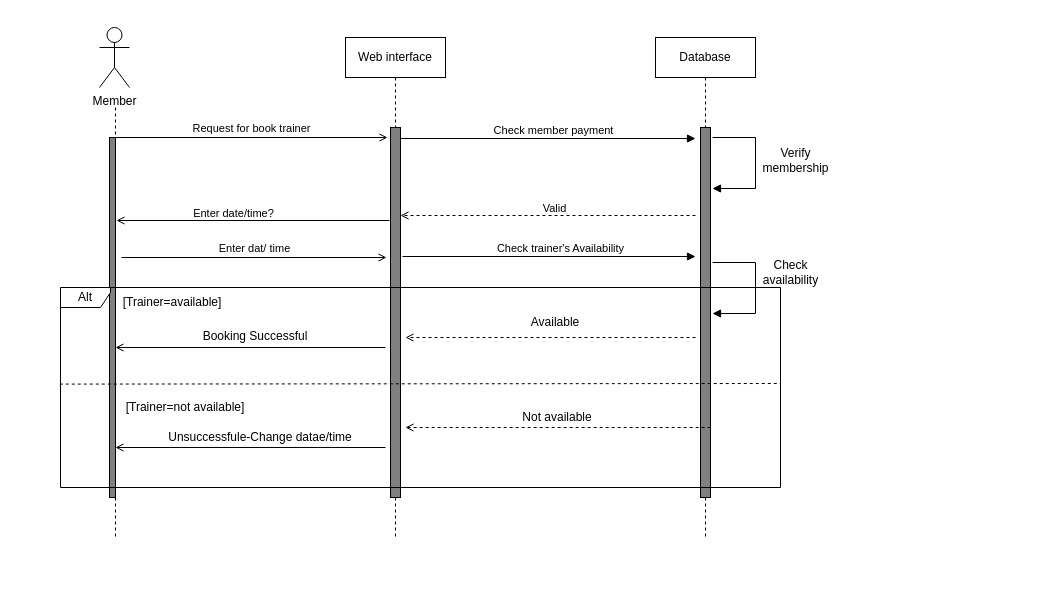
AmilaDissanayake/Group_CS21 keeps this draw.io diagram as page "Page-7" (7 of 13) of Diagram/Sequence Diagram.drawio. Above is the earlier version. Source tidied: cells renumbered, new cells numbered last; positions are measured from the earlier drawing's top-left corner, leaving out a move shared by most shapes. Both pictures are drawn from the tidied source at 100%, with x=0, y=0 at pixel (60, 27).
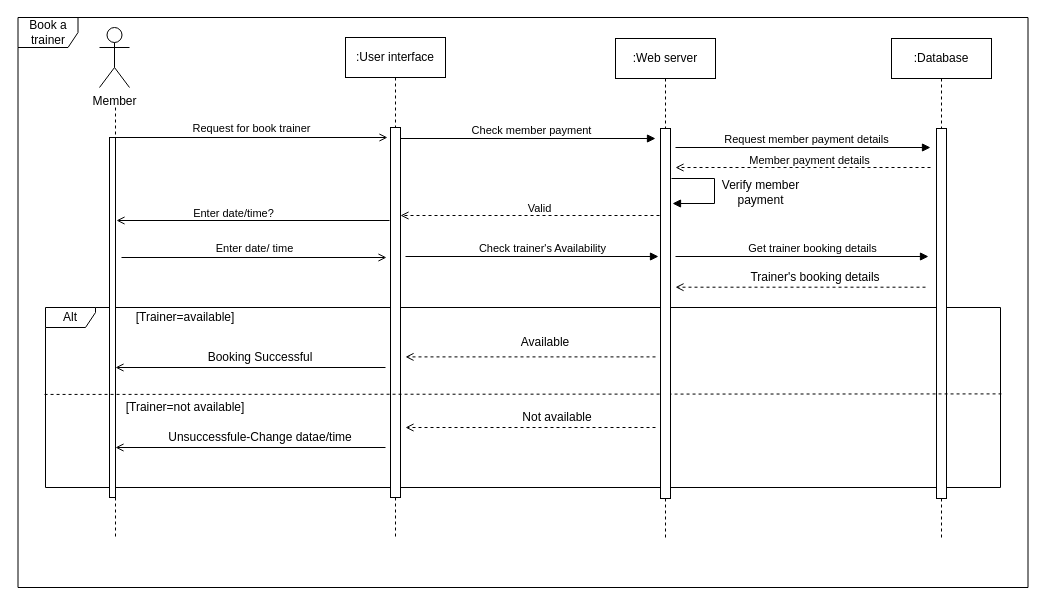
After the change.

Diff of the diagram source:
```diff
@@
+    <mxCell id="23" value="Alt" style="shape=umlFrame;whiteSpace=wrap;html=1;width=50;height=20;" parent="1" vertex="1">
+      <mxGeometry x="-15" y="280" width="955" height="180" as="geometry" />
+    </mxCell>
+    <mxCell id="35" value="Book a trainer" style="shape=umlFrame;whiteSpace=wrap;html=1;" parent="1" vertex="1">
+      <mxGeometry x="-42.5" y="-10" width="1010" height="570" as="geometry" />
+    </mxCell>
@@
-    <mxCell id="5" value="Web interface" style="shape=umlLifeline;perimeter=lifelinePerimeter;whiteSpace=wrap;html=1;" parent="1" vertex="1">
+    <mxCell id="5" value=":User interface" style="shape=umlLifeline;perimeter=lifelinePerimeter;whiteSpace=wrap;html=1;" parent="1" vertex="1">
       <mxGeometry x="285" y="10" width="100" height="500" as="geometry" />
     </mxCell>
-    <mxCell id="6" style="html=1;perimeter=orthogonalPerimeter;fillColor=#808080;" parent="5" vertex="1">
+    <mxCell id="6" style="html=1;perimeter=orthogonalPerimeter;" parent="5" vertex="1">
       <mxGeometry x="45" y="90" width="10" height="370" as="geometry" />
     </mxCell>
-    <mxCell id="7" value="Database" style="shape=umlLifeline;perimeter=lifelinePerimeter;whiteSpace=wrap;html=1;" parent="1" vertex="1">
-      <mxGeometry x="595" y="10" width="100" height="500" as="geometry" />
+    <mxCell id="7" value=":Database" style="shape=umlLifeline;perimeter=lifelinePerimeter;whiteSpace=wrap;html=1;" parent="1" vertex="1">
+      <mxGeometry x="831" y="11" width="100" height="500" as="geometry" />
     </mxCell>
-    <mxCell id="8" style="html=1;perimeter=orthogonalPerimeter;fillColor=#808080;" parent="7" vertex="1">
+    <mxCell id="8" style="html=1;perimeter=orthogonalPerimeter;" parent="7" vertex="1">
       <mxGeometry x="45" y="90" width="10" height="370" as="geometry" />
     </mxCell>
-    <mxCell id="9" style="html=1;verticalAlign=bottom;labelBackgroundColor=none;endArrow=block;endFill=1;rounded=0;" parent="7" edge="1">
-      <mxGeometry relative="1" as="geometry">
-        <mxPoint x="57" y="100" as="sourcePoint" />
-        <mxPoint x="57" y="151" as="targetPoint" />
-        <Array as="points">
-          <mxPoint x="100" y="100" />
-          <mxPoint x="100" y="151" />
-        </Array>
-      </mxGeometry>
-    </mxCell>
-    <mxCell id="10" style="html=1;verticalAlign=bottom;labelBackgroundColor=none;endArrow=block;endFill=1;rounded=0;" parent="7" edge="1">
-      <mxGeometry relative="1" as="geometry">
-        <mxPoint x="57" y="225" as="sourcePoint" />
-        <mxPoint x="57" y="276" as="targetPoint" />
-        <Array as="points">
-          <mxPoint x="100" y="225" />
-          <mxPoint x="100" y="276" />
-        </Array>
-      </mxGeometry>
-    </mxCell>
-    <mxCell id="11" style="html=1;perimeter=orthogonalPerimeter;fillColor=#808080;" parent="1" vertex="1">
+    <mxCell id="11" style="html=1;perimeter=orthogonalPerimeter;" parent="1" vertex="1">
       <mxGeometry x="49" y="110" width="6" height="360" as="geometry" />
     </mxCell>
     <mxCell id="12" style="html=1;verticalAlign=bottom;labelBackgroundColor=none;endArrow=block;endFill=1;" parent="1" edge="1">
       <mxGeometry relative="1" as="geometry">
         <mxPoint x="340" y="111" as="sourcePoint" />
-        <mxPoint x="635" y="111" as="targetPoint" />
+        <mxPoint x="595" y="111" as="targetPoint" />
       </mxGeometry>
     </mxCell>
@@
-    <mxCell id="14" value="Verify &lt;br&gt;membership" style="text;html=1;align=center;verticalAlign=middle;strokeColor=none;" parent="1" vertex="1">
-      <mxGeometry x="695" y="118" width="80" height="30" as="geometry" />
-    </mxCell>
     <mxCell id="15" style="html=1;verticalAlign=bottom;labelBackgroundColor=none;endArrow=open;endFill=0;dashed=1;" parent="1" edge="1">
       <mxGeometry relative="1" as="geometry">
-        <mxPoint x="635" y="188" as="sourcePoint" />
+        <mxPoint x="605" y="188" as="sourcePoint" />
         <mxPoint x="340" y="188" as="targetPoint" />
       </mxGeometry>
     </mxCell>
@@
-    <mxCell id="19" value="Enter dat/ time" style="html=1;verticalAlign=bottom;labelBackgroundColor=none;endArrow=open;endFill=0;" parent="1" edge="1">
+    <mxCell id="19" value="Enter date/ time" style="html=1;verticalAlign=bottom;labelBackgroundColor=none;endArrow=open;endFill=0;" parent="1" edge="1">
       <mxGeometry relative="1" as="geometry">
         <mxPoint x="61" y="230" as="sourcePoint" />
         <mxPoint x="326" y="230" as="targetPoint" />
       </mxGeometry>
     </mxCell>
     <mxCell id="20" style="html=1;verticalAlign=bottom;labelBackgroundColor=none;endArrow=block;endFill=1;" parent="1" edge="1">
       <mxGeometry relative="1" as="geometry">
-        <mxPoint x="342" y="229" as="sourcePoint" />
-        <mxPoint x="635" y="229" as="targetPoint" />
+        <mxPoint x="345" y="229" as="sourcePoint" />
+        <mxPoint x="598" y="229" as="targetPoint" />
       </mxGeometry>
     </mxCell>
@@
-    <mxCell id="22" value="Check &lt;br&gt;availability" style="text;html=1;align=center;verticalAlign=middle;strokeColor=none;" parent="1" vertex="1">
-      <mxGeometry x="695" y="230" width="70" height="30" as="geometry" />
-    </mxCell>
-    <mxCell id="23" value="Alt" style="shape=umlFrame;whiteSpace=wrap;html=1;width=50;height=20;" parent="1" vertex="1">
-      <mxGeometry y="260" width="720" height="200" as="geometry" />
-    </mxCell>
-    <mxCell id="24" style="endArrow=none;dashed=1;html=1;exitX=-0.001;exitY=0.483;exitDx=0;exitDy=0;exitPerimeter=0;entryX=1;entryY=0.48;entryDx=0;entryDy=0;entryPerimeter=0;" parent="1" edge="1" source="23" target="23">
+    <mxCell id="24" style="endArrow=none;dashed=1;html=1;exitX=-0.001;exitY=0.483;exitDx=0;exitDy=0;exitPerimeter=0;entryX=1.001;entryY=0.48;entryDx=0;entryDy=0;entryPerimeter=0;" parent="1" edge="1" source="23" target="23">
       <mxGeometry relative="1" as="geometry" />
     </mxCell>
     <mxCell id="25" value="[Trainer=available]" style="text;html=1;strokeColor=none;fillColor=none;align=center;verticalAlign=middle;whiteSpace=wrap;rounded=0;" parent="1" vertex="1">
-      <mxGeometry x="92" y="265" width="40" height="20" as="geometry" />
+      <mxGeometry x="105" y="280" width="40" height="20" as="geometry" />
     </mxCell>
     <mxCell id="26" style="html=1;verticalAlign=bottom;labelBackgroundColor=none;endArrow=open;endFill=0;dashed=1;" parent="1" edge="1">
       <mxGeometry relative="1" as="geometry">
-        <mxPoint x="635" y="310" as="sourcePoint" />
-        <mxPoint x="345" y="310" as="targetPoint" />
+        <mxPoint x="595" y="329.4" as="sourcePoint" />
+        <mxPoint x="345" y="329.4" as="targetPoint" />
       </mxGeometry>
     </mxCell>
     <mxCell id="27" value="Available" style="text;html=1;strokeColor=none;fillColor=none;align=center;verticalAlign=middle;whiteSpace=wrap;rounded=0;" parent="1" vertex="1">
-      <mxGeometry x="475" y="285" width="40" height="20" as="geometry" />
+      <mxGeometry x="465" y="305" width="40" height="20" as="geometry" />
     </mxCell>
     <mxCell id="28" style="html=1;verticalAlign=bottom;labelBackgroundColor=none;endArrow=open;endFill=0;" parent="1" edge="1">
       <mxGeometry relative="1" as="geometry">
-        <mxPoint x="325" y="320" as="sourcePoint" />
-        <mxPoint x="55" y="320" as="targetPoint" />
+        <mxPoint x="325" y="340" as="sourcePoint" />
+        <mxPoint x="55" y="340" as="targetPoint" />
       </mxGeometry>
     </mxCell>
     <mxCell id="29" value="Booking Successful" style="text;html=1;strokeColor=none;fillColor=none;align=center;verticalAlign=middle;whiteSpace=wrap;rounded=0;" parent="1" vertex="1">
-      <mxGeometry x="135" y="299" width="120" height="20" as="geometry" />
+      <mxGeometry x="140" y="320" width="120" height="20" as="geometry" />
     </mxCell>
@@
-    <mxCell id="31" style="html=1;verticalAlign=bottom;labelBackgroundColor=none;endArrow=open;endFill=0;dashed=1;exitX=0.903;exitY=0.7;exitDx=0;exitDy=0;exitPerimeter=0;" parent="1" edge="1" source="23">
+    <mxCell id="31" style="html=1;verticalAlign=bottom;labelBackgroundColor=none;endArrow=open;endFill=0;dashed=1;" parent="1" edge="1">
       <mxGeometry relative="1" as="geometry">
+        <mxPoint x="595" y="400" as="sourcePoint" />
         <mxPoint x="345" y="400" as="targetPoint" />
       </mxGeometry>
     </mxCell>
@@
+    <mxCell id="36" value=":Web server" style="shape=umlLifeline;perimeter=lifelinePerimeter;whiteSpace=wrap;html=1;" parent="1" vertex="1">
+      <mxGeometry x="555" y="11" width="100" height="500" as="geometry" />
+    </mxCell>
+    <mxCell id="37" style="html=1;perimeter=orthogonalPerimeter;" parent="36" vertex="1">
+      <mxGeometry x="45" y="90" width="10" height="370" as="geometry" />
+    </mxCell>
+    <mxCell id="38" style="html=1;verticalAlign=bottom;labelBackgroundColor=none;endArrow=block;endFill=1;rounded=0;" parent="1" edge="1">
+      <mxGeometry relative="1" as="geometry">
+        <mxPoint x="611" y="151" as="sourcePoint" />
+        <mxPoint x="612" y="176" as="targetPoint" />
+        <Array as="points">
+          <mxPoint x="654" y="151" />
+          <mxPoint x="654" y="176" />
+        </Array>
+      </mxGeometry>
+    </mxCell>
+    <mxCell id="39" style="html=1;verticalAlign=bottom;labelBackgroundColor=none;endArrow=block;endFill=1;" parent="1" edge="1">
+      <mxGeometry relative="1" as="geometry">
+        <mxPoint x="615" y="120" as="sourcePoint" />
+        <mxPoint x="870" y="120" as="targetPoint" />
+      </mxGeometry>
+    </mxCell>
+    <mxCell id="40" value="Request member payment details" style="edgeLabel;html=1;align=center;verticalAlign=middle;" parent="39" vertex="1">
+      <mxGeometry x="0.09" y="6" relative="1" as="geometry">
+        <mxPoint x="-9" y="-3" as="offset" />
+      </mxGeometry>
+    </mxCell>
+    <mxCell id="41" style="html=1;verticalAlign=bottom;labelBackgroundColor=none;endArrow=open;endFill=0;dashed=1;" parent="1" edge="1">
+      <mxGeometry relative="1" as="geometry">
+        <mxPoint x="870" y="140" as="sourcePoint" />
+        <mxPoint x="615" y="140" as="targetPoint" />
+      </mxGeometry>
+    </mxCell>
+    <mxCell id="42" value="Member payment details" style="edgeLabel;html=1;align=center;verticalAlign=middle;" parent="41" vertex="1">
+      <mxGeometry x="-0.04" y="-4" relative="1" as="geometry">
+        <mxPoint y="-4" as="offset" />
+      </mxGeometry>
+    </mxCell>
+    <mxCell id="43" value="Verify member &lt;br&gt;payment" style="text;html=1;align=center;verticalAlign=middle;strokeColor=none;" parent="1" vertex="1">
+      <mxGeometry x="655" y="150" width="90" height="30" as="geometry" />
+    </mxCell>
+    <mxCell id="44" style="html=1;verticalAlign=bottom;labelBackgroundColor=none;endArrow=block;endFill=1;" parent="1" edge="1">
+      <mxGeometry relative="1" as="geometry">
+        <mxPoint x="615" y="229" as="sourcePoint" />
+        <mxPoint x="868" y="229" as="targetPoint" />
+      </mxGeometry>
+    </mxCell>
+    <mxCell id="45" value="Get trainer booking details" style="edgeLabel;html=1;align=center;verticalAlign=middle;" parent="44" vertex="1">
+      <mxGeometry x="0.08" y="5" relative="1" as="geometry">
+        <mxPoint x="-1" y="-4" as="offset" />
+      </mxGeometry>
+    </mxCell>
+    <mxCell id="46" style="html=1;verticalAlign=bottom;labelBackgroundColor=none;endArrow=open;endFill=0;dashed=1;" parent="1" edge="1">
+      <mxGeometry relative="1" as="geometry">
+        <mxPoint x="865" y="259.7" as="sourcePoint" />
+        <mxPoint x="615" y="259.7" as="targetPoint" />
+      </mxGeometry>
+    </mxCell>
+    <mxCell id="47" value="Trainer's booking details" style="text;html=1;strokeColor=none;fillColor=none;align=center;verticalAlign=middle;whiteSpace=wrap;rounded=0;" parent="1" vertex="1">
+      <mxGeometry x="685" y="240" width="140" height="20" as="geometry" />
+    </mxCell>
```
